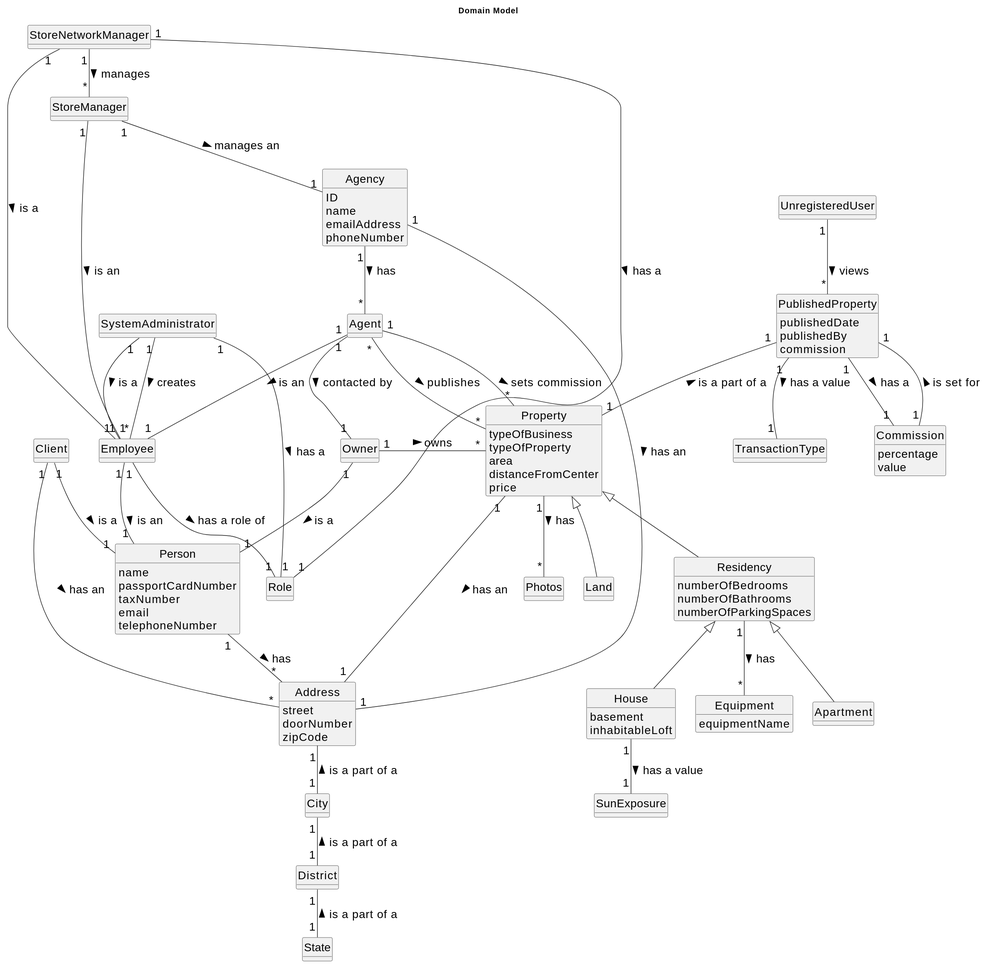
This is docs/sprintB/global-artifacts/02.analysis/svg/project-domain-model.svg from Goncalves2525/real-estate-management-system, a PlantUML export, as it was before one commit. The source it was exported from:
```plantuml
@startuml
skinparamlocked defaultFontSize 20
skinparam monochrome true
skinparam packageStyle rectangle
skinparam shadowing false
skinparam classAttributeIconSize 0
hide circle
hide methods

title Domain Model

class Client{
}

class Owner {
}

class Employee{
}

class Agent{
}

class Person{
    name
    passportCardNumber
    taxNumber
    email
    telephoneNumber
}

class Agency{
    ID
    name
    emailAddress
    phoneNumber
}

class Property{
    typeOfBusiness
    typeOfProperty
    area
    distanceFromCenter
    price
}

class Photos {
}

class Address{
    street
    doorNumber
    zipCode
}

class City{
}

class District{
}

class State{
}

class Apartment extends Residency{
}

class House extends Residency{
    basement
    inhabitableLoft
}

class Residency extends Property{
    numberOfBedrooms
    numberOfBathrooms
    numberOfParkingSpaces

}

class PublishedProperty{
    publishedDate
    publishedBy
    commission
}

class Commission{
    percentage
    value
}

class Land extends Property{
}

class Equipment{
    equipmentName
}

class Role{
}

class SystemAdministrator{
}

class StoreManager{
}

class StoreNetworkManager{
}

class SunExposure{
}

class TransactionType{
}

class UnregisteredUser{
}


StoreNetworkManager "1" -- "*" StoreManager: manages >
Agency "1" -- "*" Agent: has >
SystemAdministrator "1" -- "*" Employee: creates >
StoreNetworkManager "1" -- "1" Employee: is a >
StoreManager "1" -- "1" Employee: is an >
Client "1" -- "1" Person: is a >
Employee "1" -- "1" Person: is an >
Agent "1" -- "1" Employee: is an >
Employee "1" -- "1" Role: has a role of >
SystemAdministrator "1" -- "1" Role: has a >
StoreNetworkManager "1" -- "1" Role: has a >
SystemAdministrator "1" -- "1" Employee: is a >
Agent "1" -- "1" Owner : contacted by >
Agent "*" - "*" Property: publishes >
Agent "1" - "*" Property: sets commission >
Owner "1" - "*" Property: owns >
Address "1" -- "1" City : is a part of a <
City "1" -- "1" District : is a part of a <
District "1" -- "1" State : is a part of a <
Client "1" -- "*" Address: has an >
Property "1" -- "*" Photos: has >
PublishedProperty "1" -- "1" Commission: is set for <
Residency "1" -- "*" Equipment: has >
PublishedProperty "1" -- "1" Property: is a part of a <
Person "1" -- "*" Address: has >
Property "1" - "1" Address: has an >
PublishedProperty "1" -- "1" Commission : has a >
StoreManager "1" -- "1" Agency: manages an >
House "1" -- "1" SunExposure: has a value >
PublishedProperty "1" -- "1" TransactionType: has a value >
Owner "1" -- "1" Person: is a >
Agency "1" -- "1" Address: has an >
UnregisteredUser "1" -- "*" PublishedProperty: views >
@enduml
```
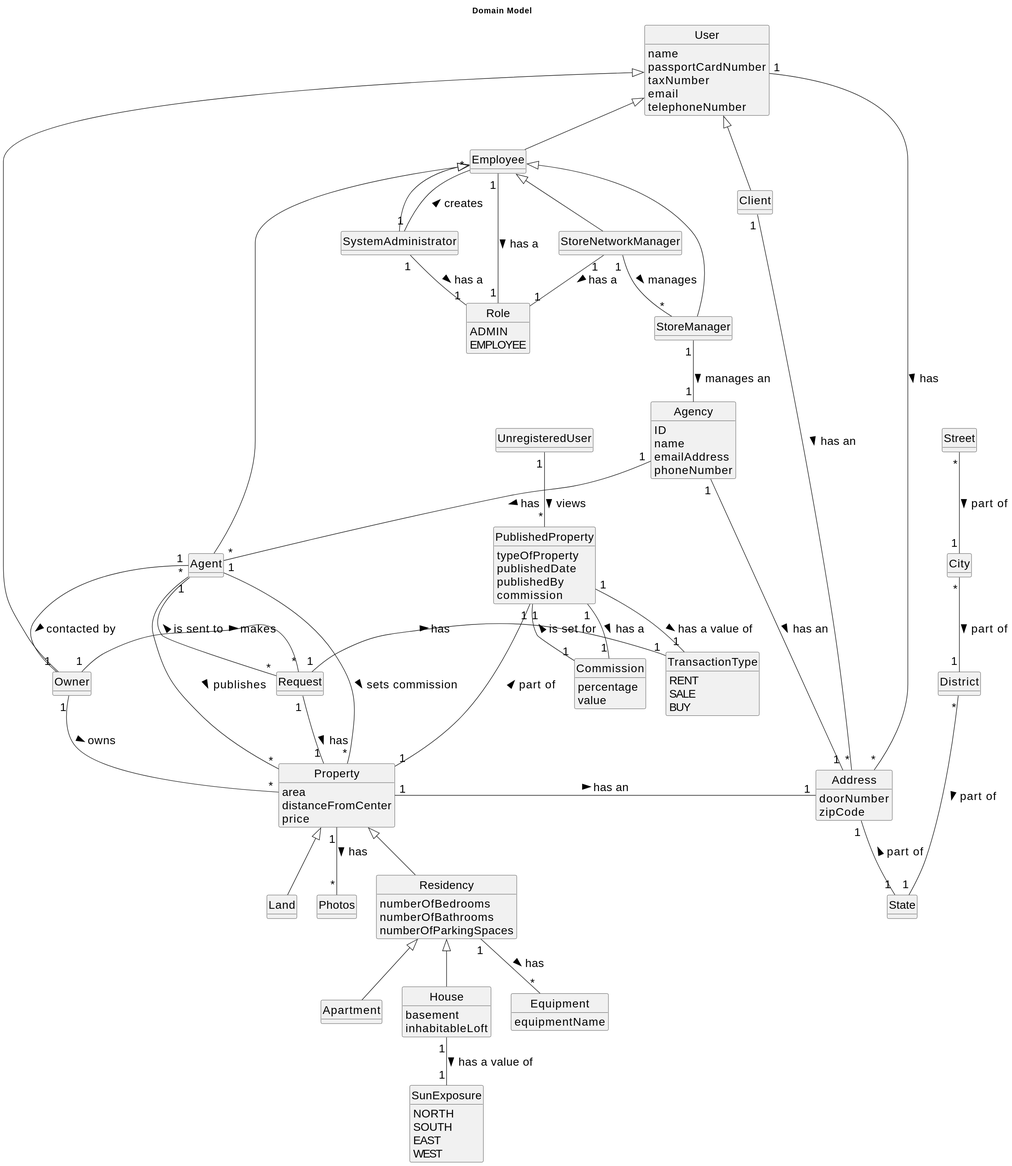
Later version of the same file.

Commit message:
New Project domain model

Diff of the diagram source:
```diff
@@ -9,19 +9,19 @@
 
 title Domain Model
 
-class Client{
+class Client extends User{
 }
 
-class Owner {
+class Owner extends User {
 }
 
-class Employee{
+class Employee extends User{
 }
 
-class Agent{
+class Agent extends Employee{
 }
 
-class Person{
+class User{
     name
     passportCardNumber
     taxNumber
@@ -37,8 +37,6 @@
 }
 
 class Property{
-    typeOfBusiness
-    typeOfProperty
     area
     distanceFromCenter
     price
@@ -48,9 +46,11 @@
 }
 
 class Address{
-    street
     doorNumber
     zipCode
+}
+
+class Street{
 }
 
 class City{
@@ -78,6 +78,7 @@
 }
 
 class PublishedProperty{
+    typeOfProperty
     publishedDate
     publishedBy
     commission
@@ -96,58 +97,68 @@
 }
 
 class Role{
+ADMIN
+EMPLOYEE
 }
 
-class SystemAdministrator{
+class SystemAdministrator extends Employee{
 }
 
-class StoreManager{
+class StoreManager extends Employee{
 }
 
-class StoreNetworkManager{
+class StoreNetworkManager extends Employee{
 }
 
 class SunExposure{
+NORTH
+SOUTH
+EAST
+WEST
 }
 
 class TransactionType{
+RENT
+SALE
+BUY
 }
 
 class UnregisteredUser{
+}
+
+class Request{
 }
 
 
 StoreNetworkManager "1" -- "*" StoreManager: manages >
 Agency "1" -- "*" Agent: has >
 SystemAdministrator "1" -- "*" Employee: creates >
-StoreNetworkManager "1" -- "1" Employee: is a >
-StoreManager "1" -- "1" Employee: is an >
-Client "1" -- "1" Person: is a >
-Employee "1" -- "1" Person: is an >
-Agent "1" -- "1" Employee: is an >
-Employee "1" -- "1" Role: has a role of >
+Employee "1" -- "1" Role: has a >
 SystemAdministrator "1" -- "1" Role: has a >
 StoreNetworkManager "1" -- "1" Role: has a >
-SystemAdministrator "1" -- "1" Employee: is a >
 Agent "1" -- "1" Owner : contacted by >
 Agent "*" - "*" Property: publishes >
 Agent "1" - "*" Property: sets commission >
-Owner "1" - "*" Property: owns >
-Address "1" -- "1" City : is a part of a <
-City "1" -- "1" District : is a part of a <
-District "1" -- "1" State : is a part of a <
+Owner "1" -- "*" Property: owns >
+Owner "1" - "*" Request: makes >
+Request "*" -- "1" Agent: is sent to >
+Request "1" - "1" Property: has >
+Request "1" - "1" TransactionType: has >
+Address "1" -- "1" State : part of <
+City "*" -- "1" District : part of >
+Street "*" -- "1" City : part of >
+District "*" --- "1" State : part of >
 Client "1" -- "*" Address: has an >
 Property "1" -- "*" Photos: has >
 PublishedProperty "1" -- "1" Commission: is set for <
 Residency "1" -- "*" Equipment: has >
-PublishedProperty "1" -- "1" Property: is a part of a <
-Person "1" -- "*" Address: has >
+PublishedProperty "1" -- "1" Property: part of <
+User "1" -- "*" Address: has >
 Property "1" - "1" Address: has an >
 PublishedProperty "1" -- "1" Commission : has a >
 StoreManager "1" -- "1" Agency: manages an >
-House "1" -- "1" SunExposure: has a value >
-PublishedProperty "1" -- "1" TransactionType: has a value >
-Owner "1" -- "1" Person: is a >
+House "1" -- "1" SunExposure: has a value of >
+PublishedProperty "1" -- "1" TransactionType: has a value of >
 Agency "1" -- "1" Address: has an >
 UnregisteredUser "1" -- "*" PublishedProperty: views >
 @enduml
```
